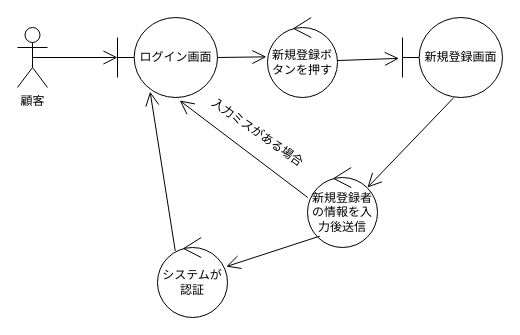
ko246/ohara_uml keeps this draw.io diagram as group/3-3_総合演習1_BBショップ注文管理システム/ロバストネス図/lo_c_09_add.drawio. Above is the earlier version. Source tidied: cells renumbered, new cells numbered last; positions are measured from the earlier drawing's top-left corner, leaving out a move shared by most shapes. Both pictures are drawn from the tidied source at 100%, with x=0, y=0 at pixel (17, 17).
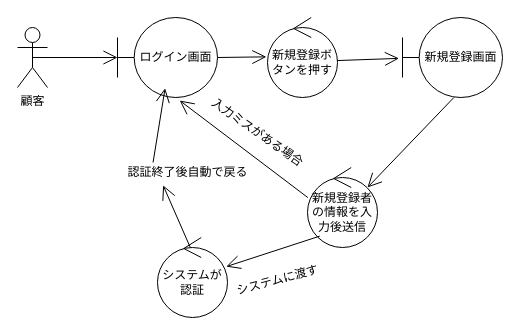
The same diagram, later.

Unchanged cells that the change refers to:
```xml
<mxCell id="3" value="ログイン画面" style="shape=umlBoundary;whiteSpace=wrap;html=1;" parent="1" vertex="1">
  <mxGeometry x="100" width="100" height="80" as="geometry" />
</mxCell>
<mxCell id="13" value="システムが認証" style="ellipse;shape=umlControl;whiteSpace=wrap;html=1;" parent="1" vertex="1">
  <mxGeometry x="140" y="220" width="70" height="80" as="geometry" />
</mxCell>
```

Diff of the diagram source:
```diff
@@
-    <mxCell id="15" style="endArrow=open;endFill=1;endSize=12;html=1;rounded=0;exitX=0.254;exitY=0.168;exitDx=0;exitDy=0;exitPerimeter=0;entryX=0.326;entryY=0.927;entryDx=0;entryDy=0;entryPerimeter=0;" parent="1" edge="1" source="13" target="3">
-      <mxGeometry relative="1" as="geometry" />
+    <mxCell id="15" style="endArrow=open;endFill=1;endSize=12;html=1;rounded=0;exitX=0.254;exitY=0.168;exitDx=0;exitDy=0;exitPerimeter=0;entryX=0.326;entryY=0.927;entryDx=0;entryDy=0;entryPerimeter=0;" parent="1" edge="1" source="18">
+      <mxGeometry relative="1" as="geometry">
+        <mxPoint x="147.6" y="70.7" as="targetPoint" />
+      </mxGeometry>
     </mxCell>
+    <mxCell id="16" value="システムに渡す" style="text;html=1;align=center;verticalAlign=middle;strokeColor=none;fillColor=none;rotation=-15;" parent="1" vertex="1">
+      <mxGeometry x="205" y="248" width="110" height="30" as="geometry" />
+    </mxCell>
+    <mxCell id="17" style="endArrow=open;endFill=1;endSize=12;html=1;rounded=0;exitX=0.254;exitY=0.168;exitDx=0;exitDy=0;exitPerimeter=0;entryX=0.326;entryY=0.927;entryDx=0;entryDy=0;entryPerimeter=0;" parent="1" edge="1" target="18">
+      <mxGeometry relative="1" as="geometry">
+        <mxPoint x="172.8" y="230" as="sourcePoint" />
+      </mxGeometry>
+    </mxCell>
+    <mxCell id="18" value="認証終了後自動で戻る" style="text;html=1;align=center;verticalAlign=middle;points=[];strokeColor=none;fillColor=none;rotation=0;" parent="1" vertex="1">
+      <mxGeometry x="100" y="140" width="140" height="30" as="geometry" />
+    </mxCell>
```
